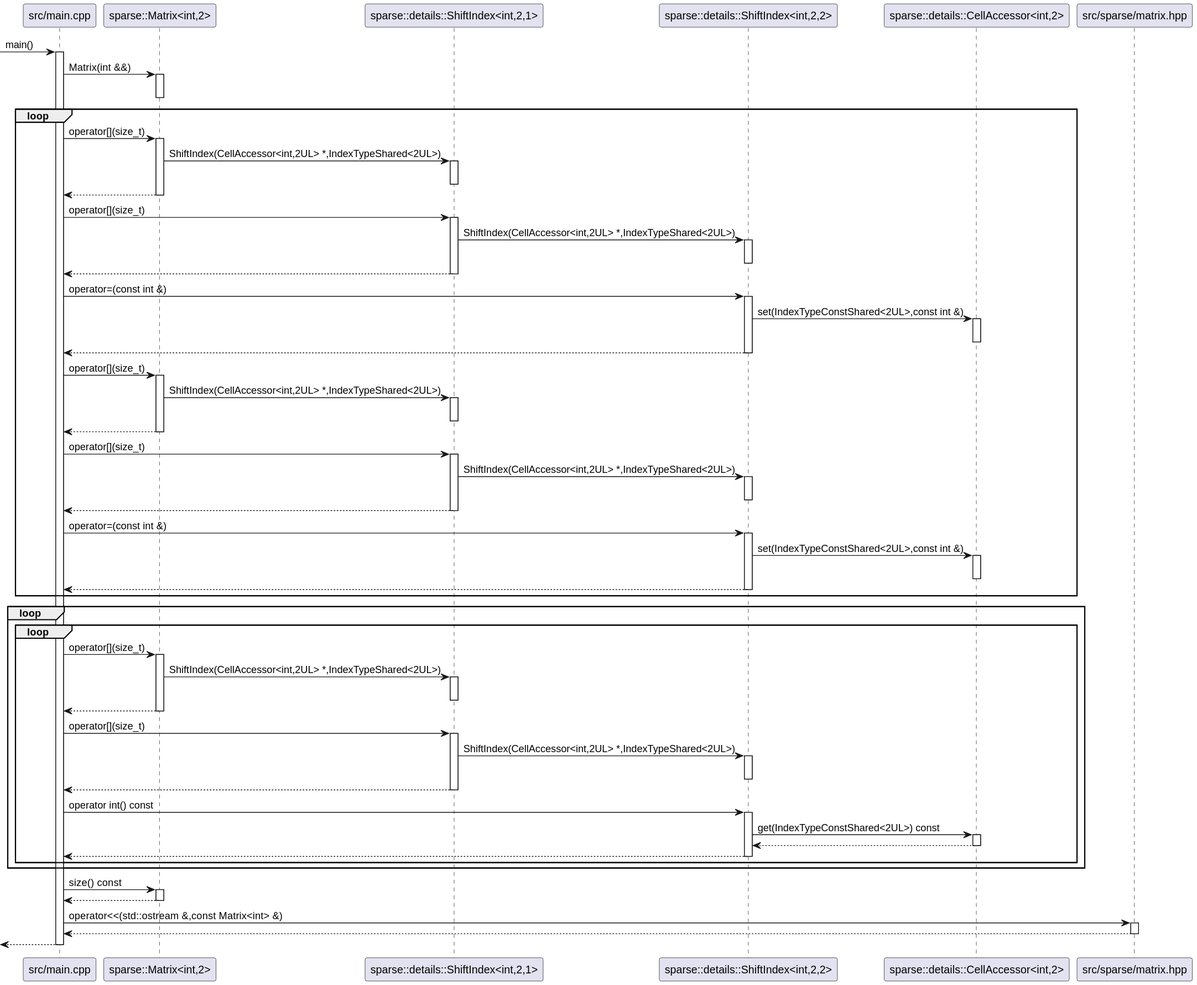
Before: puml/sequence_diagram.svg, a diagram exported from PlantUML (nj-eka/sparse_matrix).
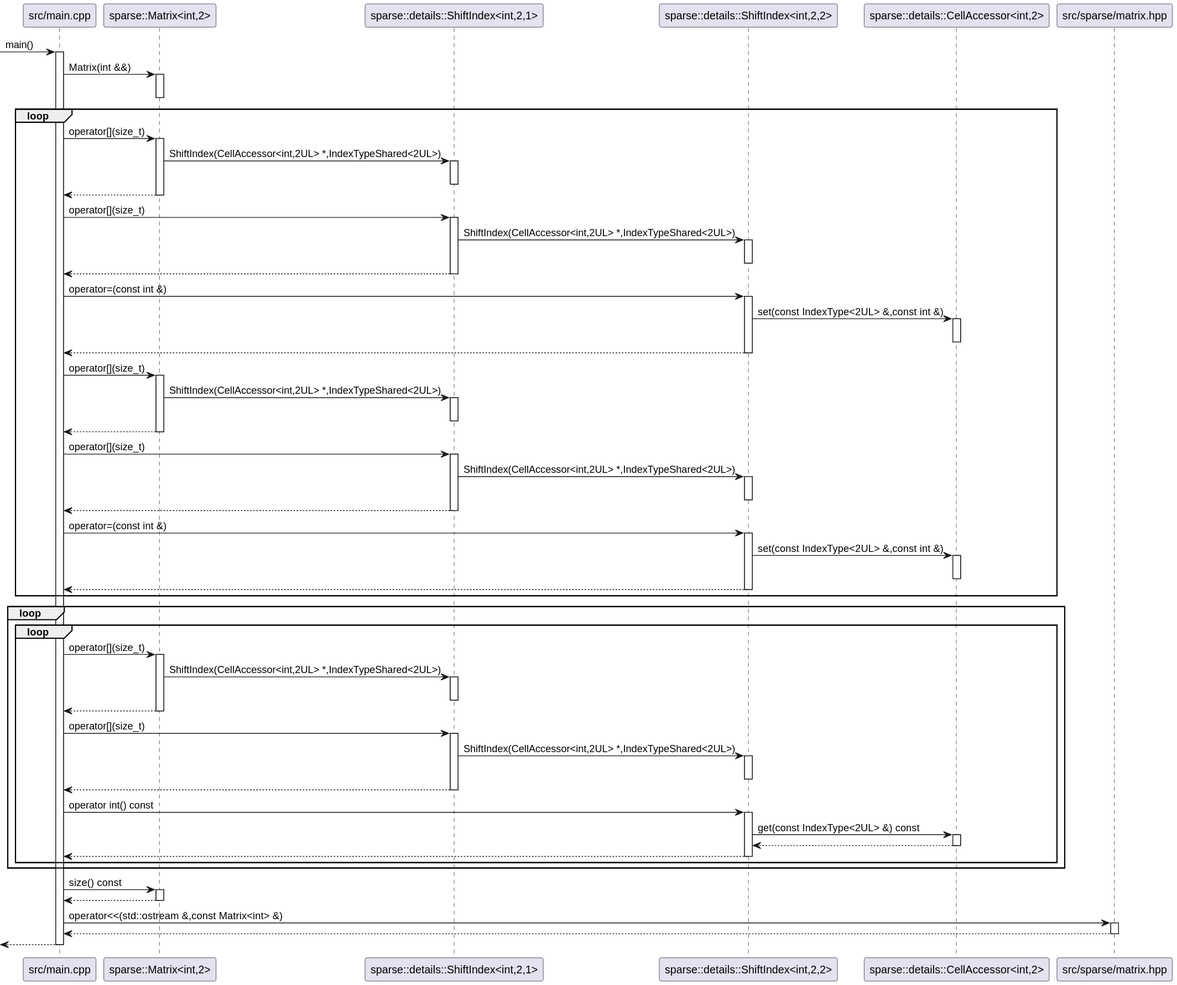
After the commit.

Change to the diagram source:
```diff
@@ -26,7 +26,7 @@
 C_0001908790664312760196 -> C_0000394472089084773281 : operator=(const int &)
 activate C_0000394472089084773281
 participant "sparse::details::CellAccessor<int,2>" as C_0001783301564715347188
-C_0000394472089084773281 -> C_0001783301564715347188 : set(IndexTypeConstShared<2UL>,const int &)
+C_0000394472089084773281 -> C_0001783301564715347188 : set(const IndexType<2UL> &,const int &)
 activate C_0001783301564715347188
 deactivate C_0001783301564715347188
 C_0000394472089084773281 --> C_0001908790664312760196
@@ -47,7 +47,7 @@
 deactivate C_0002302254913291263283
 C_0001908790664312760196 -> C_0000394472089084773281 : operator=(const int &)
 activate C_0000394472089084773281
-C_0000394472089084773281 -> C_0001783301564715347188 : set(IndexTypeConstShared<2UL>,const int &)
+C_0000394472089084773281 -> C_0001783301564715347188 : set(const IndexType<2UL> &,const int &)
 activate C_0001783301564715347188
 deactivate C_0001783301564715347188
 C_0000394472089084773281 --> C_0001908790664312760196
@@ -71,7 +71,7 @@
 deactivate C_0002302254913291263283
 C_0001908790664312760196 -> C_0000394472089084773281 : operator int() const
 activate C_0000394472089084773281
-C_0000394472089084773281 -> C_0001783301564715347188 : get(IndexTypeConstShared<2UL>) const
+C_0000394472089084773281 -> C_0001783301564715347188 : get(const IndexType<2UL> &) const
 activate C_0001783301564715347188
 C_0001783301564715347188 --> C_0000394472089084773281
 deactivate C_0001783301564715347188
```
